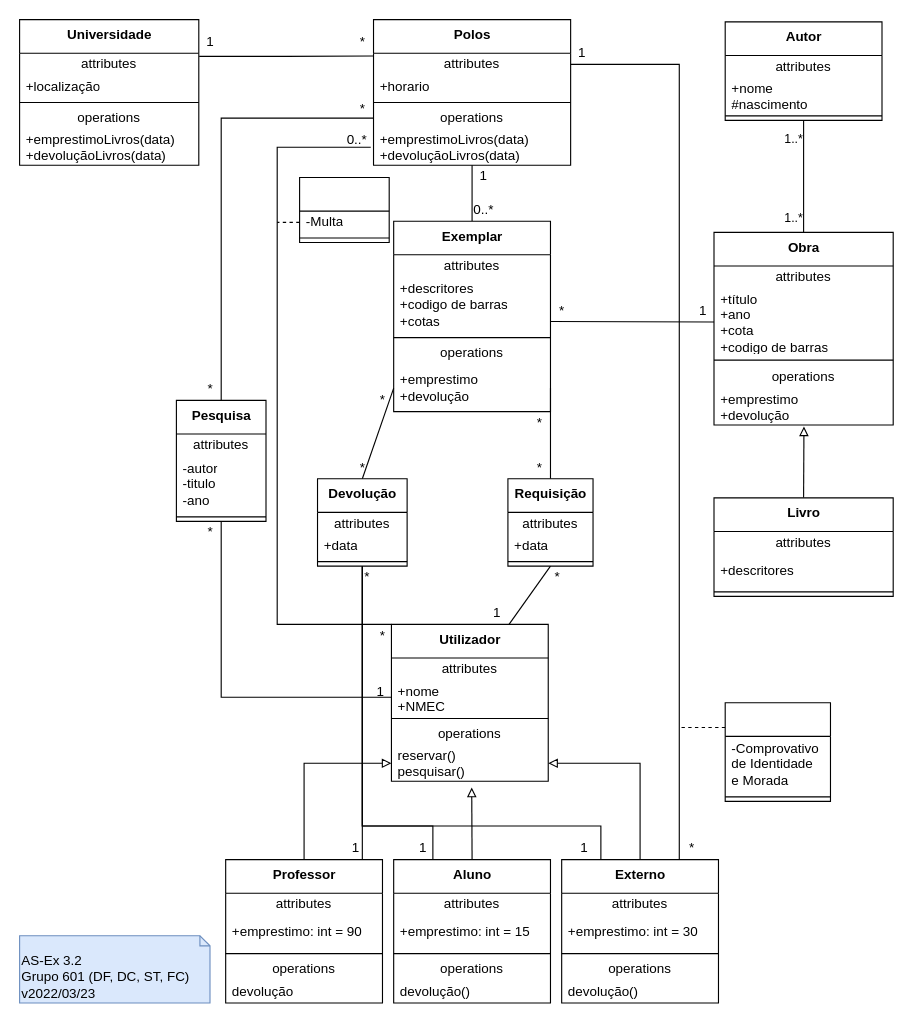
This is page "3.2_alternative" (2 of 2) of P/P3/P3.drawio from DavidAraujo98/AS, a draw.io file, before an edit. Source tidied: cells renumbered, new cells numbered last; positions are measured from the earlier drawing's top-left corner, leaving out a move shared by most shapes. Both pictures are drawn from the tidied source at 112%, with x=0, y=0 at pixel (19, 19).
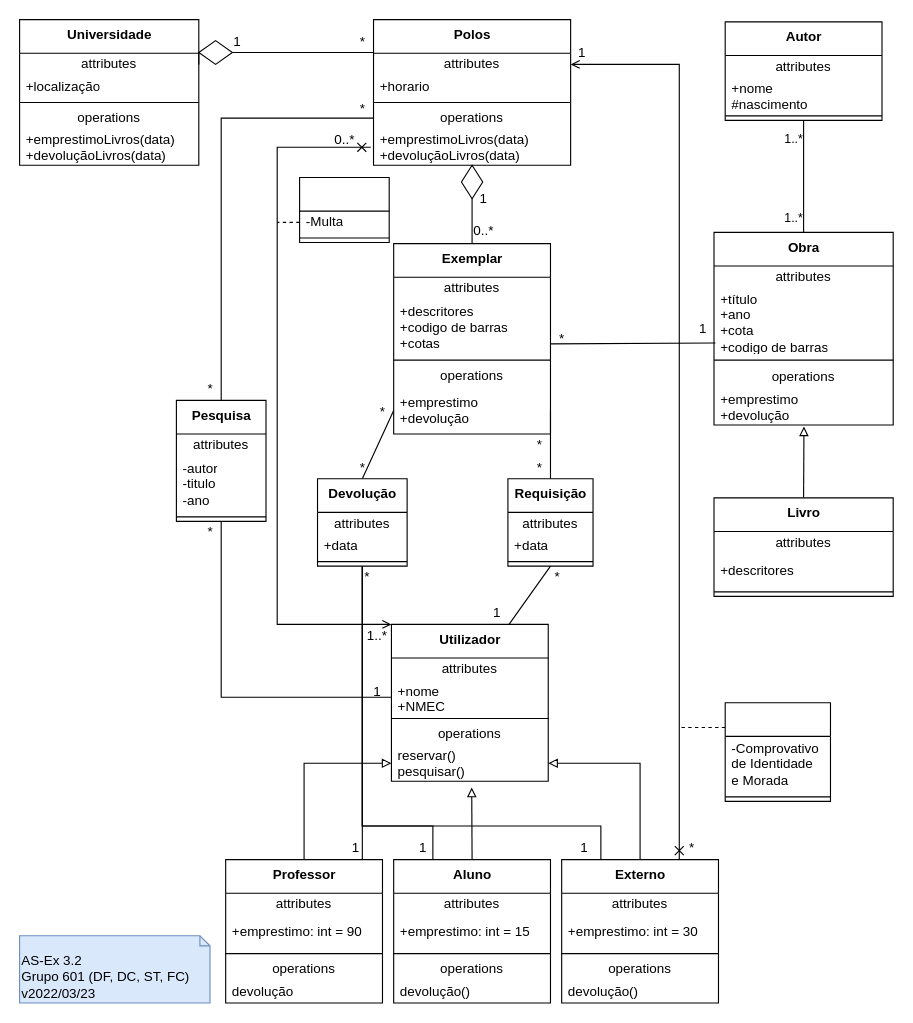
Above is the later version.

Unchanged cells that the change refers to:
```xml
<mxCell id="4" value="+título&lt;br&gt;+ano&lt;br&gt;+cota&lt;br&gt;+codigo de barras" style="text;html=1;strokeColor=none;fillColor=none;align=left;verticalAlign=middle;spacingLeft=4;spacingRight=4;overflow=hidden;points=[[0,0.5],[1,0.5]];portConstraint=eastwest;" parent="2" vertex="1">
  <mxGeometry y="50" width="160" height="60" as="geometry" />
</mxCell>
<mxCell id="18" value="&lt;b&gt;Utilizador&lt;/b&gt;" style="swimlane;fontStyle=0;align=center;verticalAlign=top;horizontal=1;startSize=30;html=1;" parent="1" vertex="1">
  <mxGeometry x="332" y="540" width="140" height="140" as="geometry" />
</mxCell>
<mxCell id="43" value="&lt;b&gt;Externo&lt;/b&gt;" style="swimlane;fontStyle=0;align=center;verticalAlign=top;horizontal=1;startSize=30;html=1;" parent="1" vertex="1">
  <mxGeometry x="484" y="750" width="140" height="128" as="geometry" />
</mxCell>
<mxCell id="63" value="attributes" style="text;html=1;strokeColor=none;fillColor=none;align=center;verticalAlign=middle;spacingLeft=4;spacingRight=4;overflow=hidden;points=[[0,0.5],[1,0.5]];portConstraint=eastwest;labelBackgroundColor=none;" parent="62" vertex="1">
  <mxGeometry y="30" width="160" height="20" as="geometry" />
</mxCell>
<mxCell id="69" value="&lt;b&gt;Polos&lt;/b&gt;" style="swimlane;fontStyle=0;align=center;verticalAlign=top;horizontal=1;startSize=30;html=1;labelBackgroundColor=none;" parent="1" vertex="1">
  <mxGeometry x="316" width="176" height="130" as="geometry" />
</mxCell>
<mxCell id="70" value="attributes" style="text;html=1;strokeColor=none;fillColor=none;align=center;verticalAlign=middle;spacingLeft=4;spacingRight=4;overflow=hidden;points=[[0,0.5],[1,0.5]];portConstraint=eastwest;labelBackgroundColor=none;" parent="69" vertex="1">
  <mxGeometry y="30" width="176" height="20" as="geometry" />
</mxCell>
<mxCell id="74" value="+emprestimoLivros(data)&lt;br&gt;+devoluçãoLivros(data)" style="text;html=1;strokeColor=none;fillColor=none;align=left;verticalAlign=middle;spacingLeft=4;spacingRight=4;overflow=hidden;points=[[0,0.5],[1,0.5]];portConstraint=eastwest;labelBackgroundColor=none;" parent="69" vertex="1">
  <mxGeometry y="98" width="176" height="32" as="geometry" />
</mxCell>
<mxCell id="78" value="+descritores&lt;br&gt;+codigo de barras&lt;br&gt;+cotas" style="text;html=1;strokeColor=none;fillColor=none;align=left;verticalAlign=middle;spacingLeft=4;spacingRight=4;overflow=hidden;points=[[0,0.5],[1,0.5]];portConstraint=eastwest;" parent="76" vertex="1">
  <mxGeometry y="50" width="140" height="50" as="geometry" />
</mxCell>
```

The edit, as a diff of the source:
```diff
@@
-    <mxCell id="41" style="edgeStyle=orthogonalEdgeStyle;rounded=0;jettySize=auto;html=1;exitX=0.75;exitY=0;exitDx=0;exitDy=0;entryX=1;entryY=0.5;entryDx=0;entryDy=0;startArrow=none;startFill=0;endArrow=none;endFill=0;" parent="1" edge="1" source="43" target="70">
+    <mxCell id="41" style="edgeStyle=orthogonalEdgeStyle;rounded=0;jettySize=auto;html=1;exitX=0.75;exitY=0;exitDx=0;exitDy=0;entryX=1;entryY=0.5;entryDx=0;entryDy=0;startArrow=cross;startFill=0;endArrow=open;endFill=0;" parent="1" edge="1" source="43" target="70">
       <mxGeometry relative="1" as="geometry" />
     </mxCell>
@@
-    <mxCell id="68" style="rounded=0;jettySize=auto;html=1;endArrow=none;endFill=0;entryX=0.5;entryY=0;entryDx=0;entryDy=0;" parent="1" edge="1" source="69" target="76">
+    <mxCell id="68" style="rounded=0;jettySize=auto;html=1;endArrow=none;endFill=0;entryX=0.5;entryY=0;entryDx=0;entryDy=0;exitX=0.5;exitY=1;exitDx=0;exitDy=0;" parent="1" edge="1" source="126" target="76">
       <mxGeometry relative="1" as="geometry" />
     </mxCell>
@@
-    <mxCell id="75" style="rounded=0;jettySize=auto;html=1;exitX=1.001;exitY=0.791;exitDx=0;exitDy=0;entryX=0;entryY=0.5;entryDx=0;entryDy=0;endArrow=none;endFill=0;exitPerimeter=0;" parent="1" edge="1" source="78" target="4">
+    <mxCell id="75" style="rounded=0;jettySize=auto;html=1;exitX=1.001;exitY=0.791;exitDx=0;exitDy=0;endArrow=none;endFill=0;exitPerimeter=0;entryX=0.008;entryY=0.813;entryDx=0;entryDy=0;entryPerimeter=0;" parent="1" edge="1" source="78" target="4">
       <mxGeometry relative="1" as="geometry" />
     </mxCell>
     <mxCell id="76" value="&lt;b&gt;Exemplar&lt;/b&gt;" style="swimlane;fontStyle=0;align=center;verticalAlign=top;horizontal=1;startSize=30;html=1;" parent="1" vertex="1">
-      <mxGeometry x="334" y="180" width="140" height="170" as="geometry" />
+      <mxGeometry x="334" y="200" width="140" height="170" as="geometry" />
     </mxCell>
@@
     <mxCell id="82" value="*" style="text;html=1;align=center;verticalAlign=middle;strokeColor=none;fillColor=none;" parent="1" vertex="1">
-      <mxGeometry x="474" y="250" width="20" height="20" as="geometry" />
+      <mxGeometry x="474" y="275" width="20" height="20" as="geometry" />
     </mxCell>
     <mxCell id="83" value="1" style="text;html=1;align=center;verticalAlign=middle;strokeColor=none;fillColor=none;" parent="1" vertex="1">
-      <mxGeometry x="600" y="250" width="20" height="20" as="geometry" />
+      <mxGeometry x="600" y="266" width="20" height="20" as="geometry" />
     </mxCell>
     <mxCell id="84" value="0..*" style="text;html=1;align=center;verticalAlign=middle;strokeColor=none;fillColor=none;" parent="1" vertex="1">
-      <mxGeometry x="399" y="160" width="30" height="20" as="geometry" />
+      <mxGeometry x="399" y="179" width="30" height="20" as="geometry" />
     </mxCell>
     <mxCell id="85" value="1" style="text;html=1;align=center;verticalAlign=middle;strokeColor=none;fillColor=none;" parent="1" vertex="1">
-      <mxGeometry x="404" y="130" width="20" height="20" as="geometry" />
+      <mxGeometry x="404" y="150" width="20" height="20" as="geometry" />
     </mxCell>
@@
-    <mxCell id="94" style="edgeStyle=orthogonalEdgeStyle;rounded=0;jettySize=auto;html=1;entryX=0;entryY=0.25;entryDx=0;entryDy=0;startArrow=none;startFill=0;endArrow=none;endFill=0;exitX=1.002;exitY=0.142;exitDx=0;exitDy=0;exitPerimeter=0;" parent="1" edge="1" source="63" target="69">
-      <mxGeometry relative="1" as="geometry" />
+    <mxCell id="94" style="edgeStyle=orthogonalEdgeStyle;rounded=0;jettySize=auto;html=1;entryX=0;entryY=0.25;entryDx=0;entryDy=0;startArrow=none;startFill=0;endArrow=none;endFill=0;exitX=1;exitY=0.5;exitDx=0;exitDy=0;" parent="1" edge="1" source="124" target="69">
+      <mxGeometry relative="1" as="geometry">
+        <Array as="points">
+          <mxPoint x="316" y="30" />
+        </Array>
+      </mxGeometry>
     </mxCell>
     <mxCell id="95" value="1" style="text;html=1;align=center;verticalAlign=middle;strokeColor=none;fillColor=none;" parent="1" vertex="1">
-      <mxGeometry x="160" y="10" width="20" height="20" as="geometry" />
+      <mxGeometry x="184" y="10" width="20" height="20" as="geometry" />
     </mxCell>
@@
     <mxCell id="101" value="*" style="text;html=1;align=center;verticalAlign=middle;strokeColor=none;fillColor=none;" parent="1" vertex="1">
-      <mxGeometry x="314" y="330" width="20" height="20" as="geometry" />
+      <mxGeometry x="314" y="340" width="20" height="20" as="geometry" />
     </mxCell>
@@
     <mxCell id="103" value="*" style="text;html=1;align=center;verticalAlign=middle;strokeColor=none;fillColor=none;" parent="1" vertex="1">
-      <mxGeometry x="454" y="350" width="20" height="20" as="geometry" />
+      <mxGeometry x="454" y="370" width="20" height="20" as="geometry" />
     </mxCell>
@@
-    <mxCell id="116" value="*" style="text;html=1;align=center;verticalAlign=middle;strokeColor=none;fillColor=none;" parent="1" vertex="1">
-      <mxGeometry x="314" y="540" width="20" height="20" as="geometry" />
+    <mxCell id="116" value="1..*" style="text;html=1;align=center;verticalAlign=middle;strokeColor=none;fillColor=none;" parent="1" vertex="1">
+      <mxGeometry x="304" y="540" width="30" height="20" as="geometry" />
     </mxCell>
-    <mxCell id="117" style="edgeStyle=orthogonalEdgeStyle;rounded=0;jettySize=auto;html=1;entryX=0;entryY=0;entryDx=0;entryDy=0;fontFamily=Helvetica;fontSize=12;fontColor=default;endArrow=none;endFill=0;startSize=30;startArrow=none;exitX=-0.014;exitY=0.5;exitDx=0;exitDy=0;exitPerimeter=0;" parent="1" edge="1" source="74" target="18">
+    <mxCell id="117" style="edgeStyle=orthogonalEdgeStyle;rounded=0;jettySize=auto;html=1;entryX=0;entryY=0;entryDx=0;entryDy=0;fontFamily=Helvetica;fontSize=12;fontColor=default;endArrow=open;endFill=0;startSize=6;startArrow=cross;exitX=-0.014;exitY=0.5;exitDx=0;exitDy=0;exitPerimeter=0;startFill=0;endSize=6;" parent="1" edge="1" source="74" target="18">
       <mxGeometry relative="1" as="geometry">
         <Array as="points">
           <mxPoint x="230" y="114" />
           <mxPoint x="230" y="540" />
         </Array>
       </mxGeometry>
     </mxCell>
@@
     <mxCell id="119" value="1" style="text;html=1;align=center;verticalAlign=middle;strokeColor=none;fillColor=none;" parent="1" vertex="1">
-      <mxGeometry x="312" y="590" width="20" height="20" as="geometry" />
+      <mxGeometry x="309" y="590" width="20" height="20" as="geometry" />
     </mxCell>
@@
     <mxCell id="121" value="0..*" style="text;html=1;align=center;verticalAlign=middle;strokeColor=none;fillColor=none;" parent="1" vertex="1">
-      <mxGeometry x="286" y="98" width="30" height="20" as="geometry" />
+      <mxGeometry x="275" y="98" width="30" height="20" as="geometry" />
     </mxCell>
@@
+    <mxCell id="123" style="edgeStyle=orthogonalEdgeStyle;rounded=0;jettySize=auto;html=1;exitX=0;exitY=0.5;exitDx=0;exitDy=0;entryX=1;entryY=0.5;entryDx=0;entryDy=0;fontFamily=Helvetica;fontSize=12;fontColor=default;endArrow=none;endFill=0;startSize=30;" parent="1" edge="1" source="124" target="63">
+      <mxGeometry relative="1" as="geometry" />
+    </mxCell>
+    <mxCell id="124" style="rhombus;fontFamily=Helvetica;fontSize=12;fontColor=default;strokeColor=#000000;fillColor=none;gradientColor=none;html=1;" parent="1" vertex="1">
+      <mxGeometry x="160" y="18.8" width="30" height="21.2" as="geometry" />
+    </mxCell>
+    <mxCell id="125" style="edgeStyle=orthogonalEdgeStyle;rounded=0;jettySize=auto;html=1;exitX=0.5;exitY=0;exitDx=0;exitDy=0;entryX=0.5;entryY=1.038;entryDx=0;entryDy=0;entryPerimeter=0;fontFamily=Helvetica;fontSize=12;fontColor=default;endArrow=none;endFill=0;startSize=30;" parent="1" edge="1" source="126" target="74">
+      <mxGeometry relative="1" as="geometry" />
+    </mxCell>
+    <mxCell id="126" style="rhombus;whiteSpace=wrap;html=1;fontFamily=Helvetica;fontSize=12;fontColor=default;strokeColor=#000000;fillColor=none;gradientColor=none;rotation=0;" parent="1" vertex="1">
+      <mxGeometry x="394.5" y="130" width="19" height="30" as="geometry" />
+    </mxCell>
```
